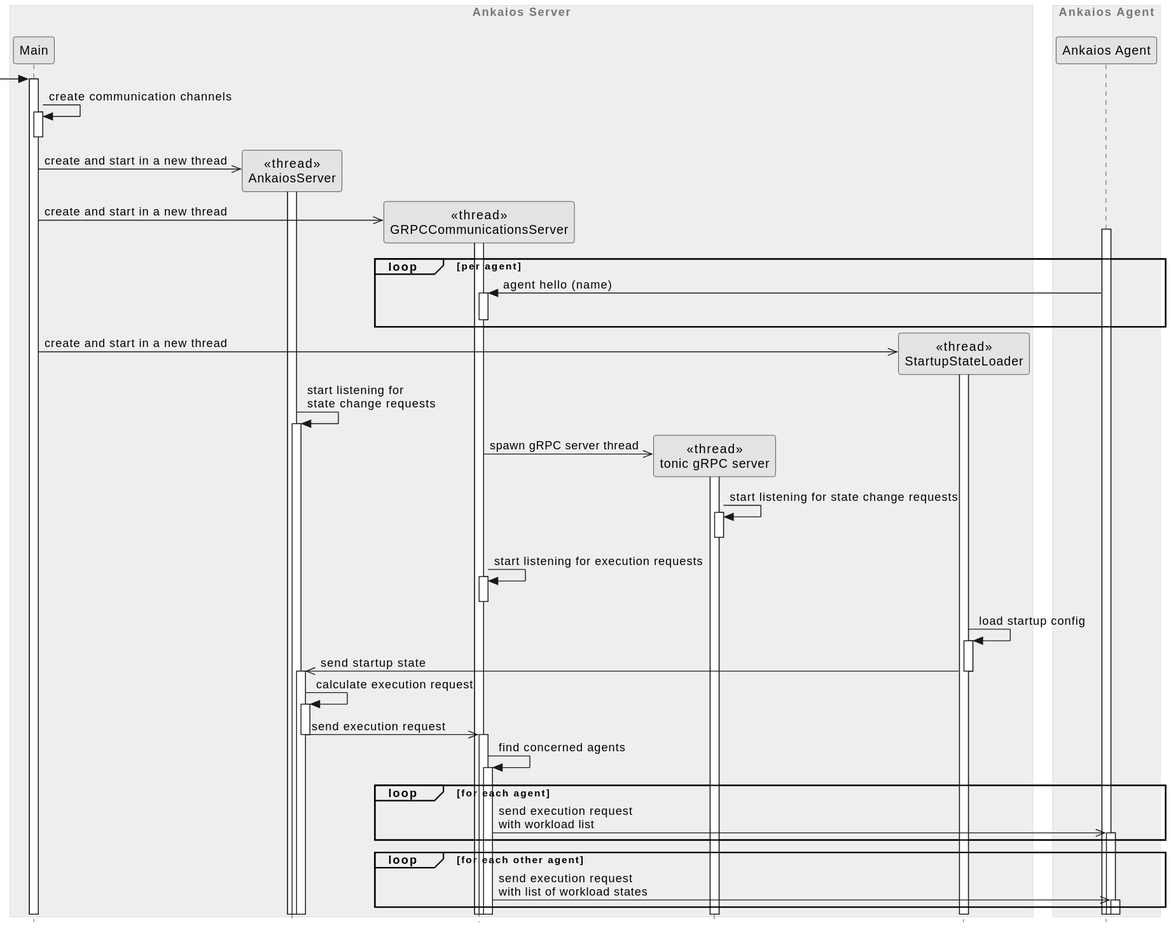
Above: server/doc/swdesign/plantuml/seq_startup.svg in eclipse-ankaios/ankaios (PlantUML), before the change. Source of this version:
```plantuml
@startuml
!include clean.skin

box "Ankaios Server"
participant Main as main
participant "<<thread>>\nAnkaiosServer" as server


participant "<<thread>>\nGRPCCommunicationsServer" as grpc_server
participant "<<thread>>\ntonic gRPC server" as tonic_server


participant "<<thread>>\nStartupStateLoader" as state_loader
end box

box "Ankaios Agent"
    participant "Ankaios Agent" as agent
end box

-> main ++
main -> main ++--: create communication channels
main ->> server **: create and start in a new thread
activate server
main ->> grpc_server ** : create and start in a new thread
activate grpc_server

activate agent
loop per agent
    agent -> grpc_server ++: agent hello (name)
    deactivate grpc_server
end

main ->> state_loader ** : create and start in a new thread
activate state_loader

server -> server ++: start listening for \nstate change requests

grpc_server ->> tonic_server **: spawn gRPC server thread
activate tonic_server
tonic_server -> tonic_server ++--: start listening for state change requests

grpc_server -> grpc_server ++--: start listening for execution requests /'evil laughter'/

state_loader -> state_loader ++: load startup config
state_loader ->> server --++: send startup state

server -> server ++: calculate execution request

server ->> grpc_server --++: send execution request

grpc_server -> grpc_server ++: find concerned agents

loop for each agent
    grpc_server ->> agent ++:send execution request \nwith workload list
end
loop for each other agent
    grpc_server ->> agent ++:send execution request \nwith list of workload states
end
@enduml
```
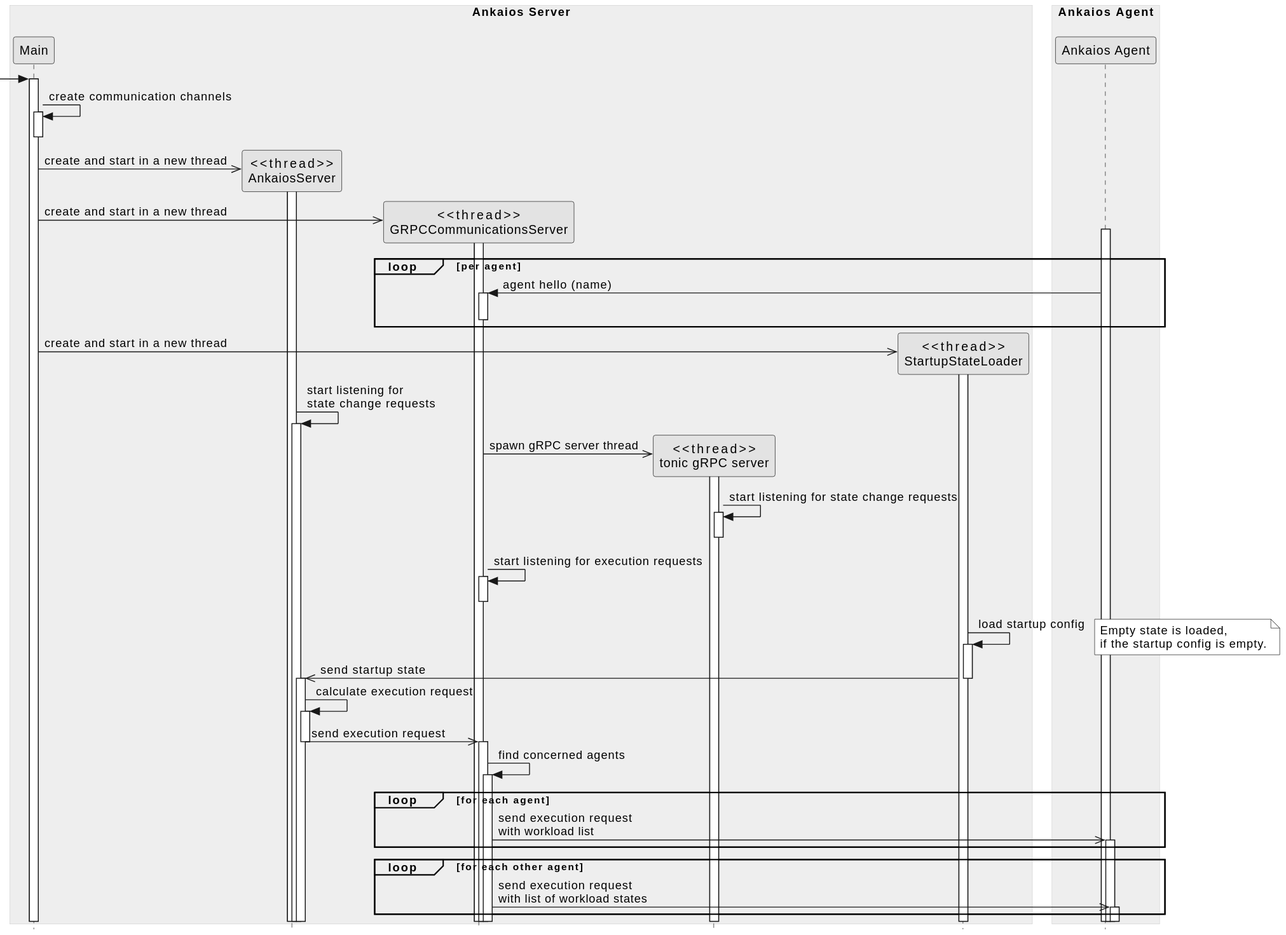
After the commit.

Commit message:
Make startup config optional (#132)

Diff of the diagram source:
```diff
@@ -1,5 +1,5 @@
-@startuml
-!include clean.skin
+@startuml seq_startup
+!include ../../../../resources/doc/plantuml/clean.skin
 
 box "Ankaios Server"
 participant Main as main
@@ -42,6 +42,7 @@
 grpc_server -> grpc_server ++--: start listening for execution requests /'evil laughter'/
 
 state_loader -> state_loader ++: load startup config
+note right: Empty state is loaded,\nif the startup config is empty.
 state_loader ->> server --++: send startup state
 
 server -> server ++: calculate execution request
```
